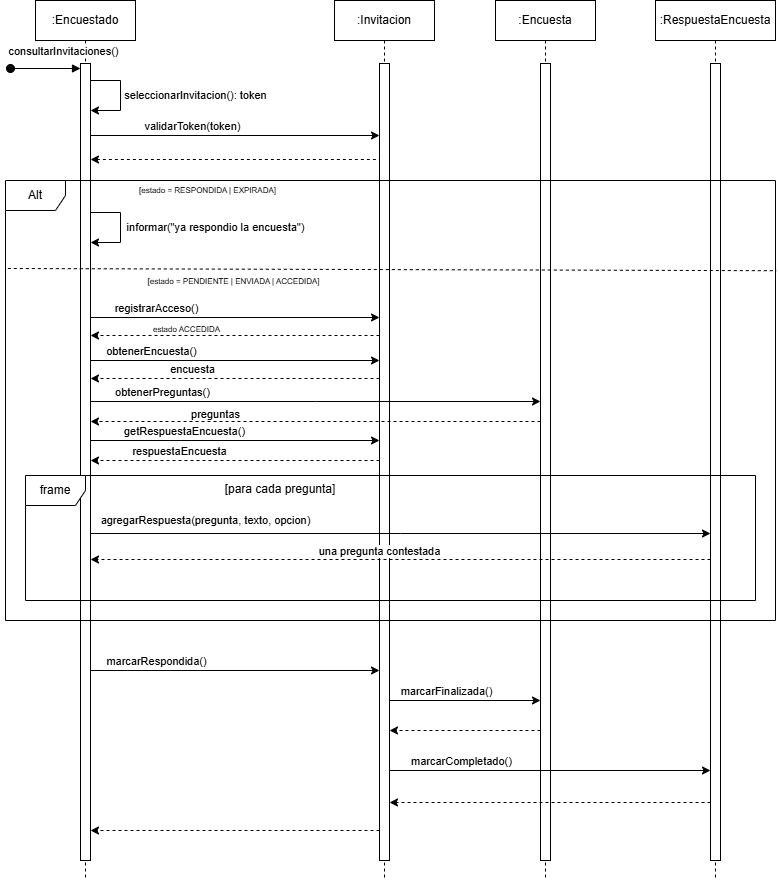
Earlier version of the draw.io export analisis-de-sistemas/TPI Analisis de Sistemas-DS_CU7.drawio.png (repocdlf/actividades-up). Source tidied: cells renumbered, new cells last; positions are measured from the earlier drawing's top-left corner, leaving out a move shared by most shapes.
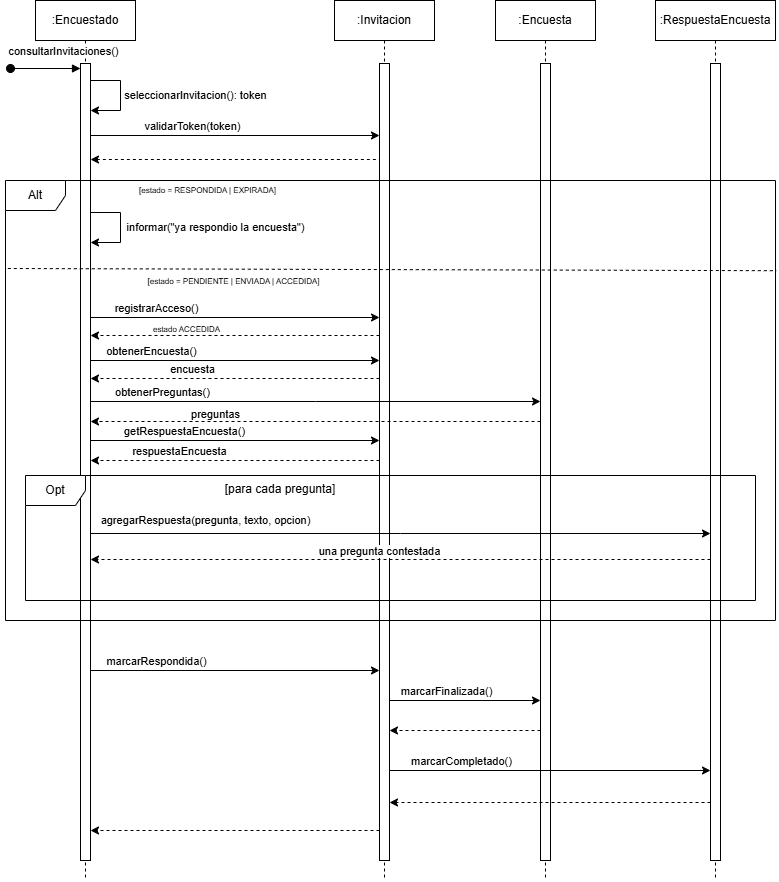
The same file after the commit.

Commit message:
Refine analysis system diagrams

Label the CU7 sequence diagram frame as `Opt`, adjust its viewport, and update the exported CU7 diagram image.

Change to the diagram source:
```diff
@@ -186,7 +186,7 @@
         <mxPoint x="14" y="-7" as="offset" />
       </mxGeometry>
     </mxCell>
-    <mxCell id="38" value="frame" style="shape=umlFrame;whiteSpace=wrap;html=1;" parent="1" vertex="1">
+    <mxCell id="38" value="Opt" style="shape=umlFrame;whiteSpace=wrap;html=1;" parent="1" vertex="1">
       <mxGeometry x="20" y="475" width="730" height="125" as="geometry" />
     </mxCell>
     <mxCell id="39" value="[para cada pregunta]" style="text;html=1;whiteSpace=wrap;strokeColor=none;fillColor=none;align=center;verticalAlign=middle;rounded=0;" parent="1" vertex="1">
```
